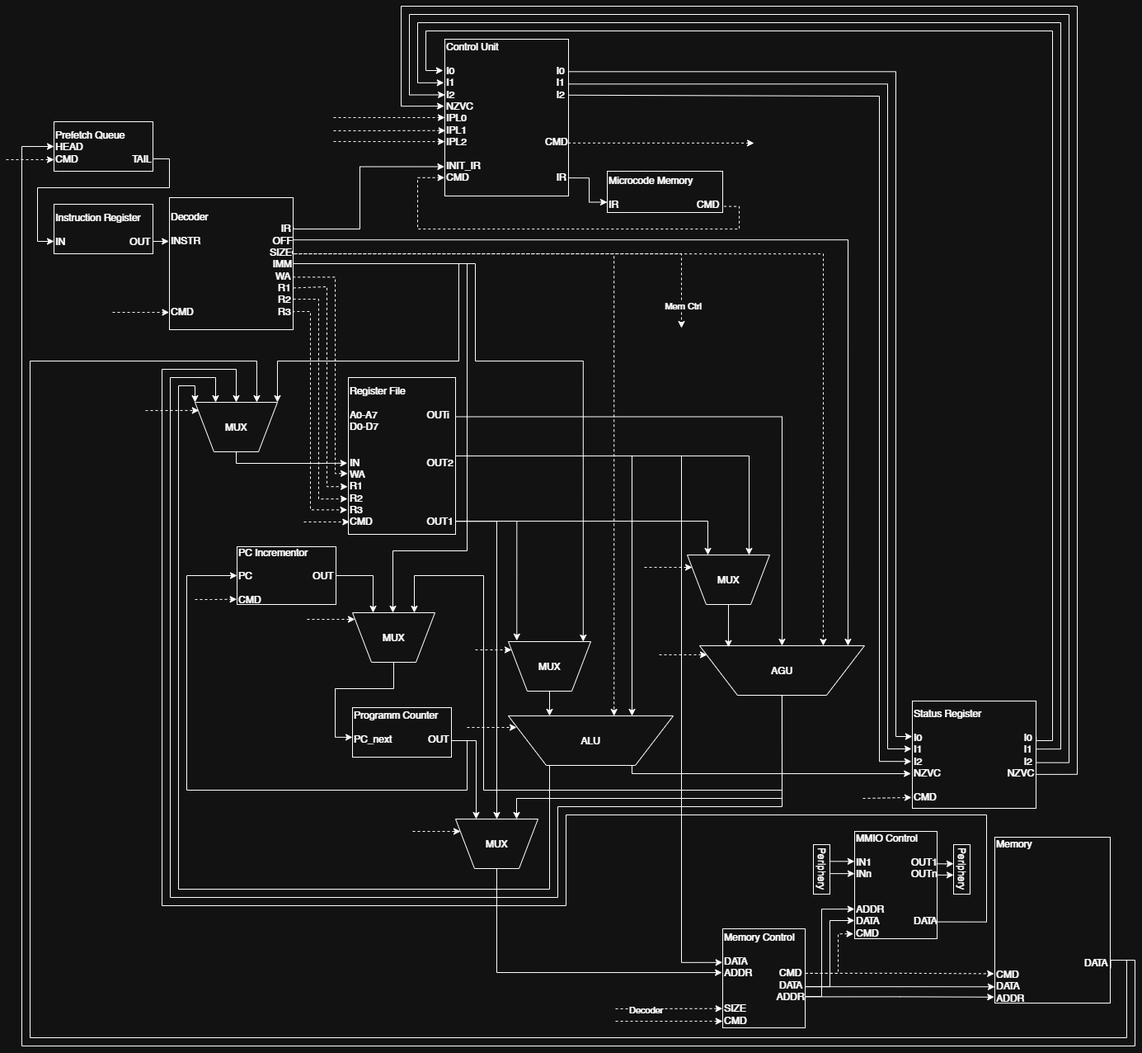
Before: scheme/llm68kscheme.drawio.png, a diagram exported from draw.io (tr-osfh/computer_architecture). Source tidied: cells renumbered, new cells last; positions are measured from the earlier drawing's top-left corner, leaving out a move shared by most shapes.
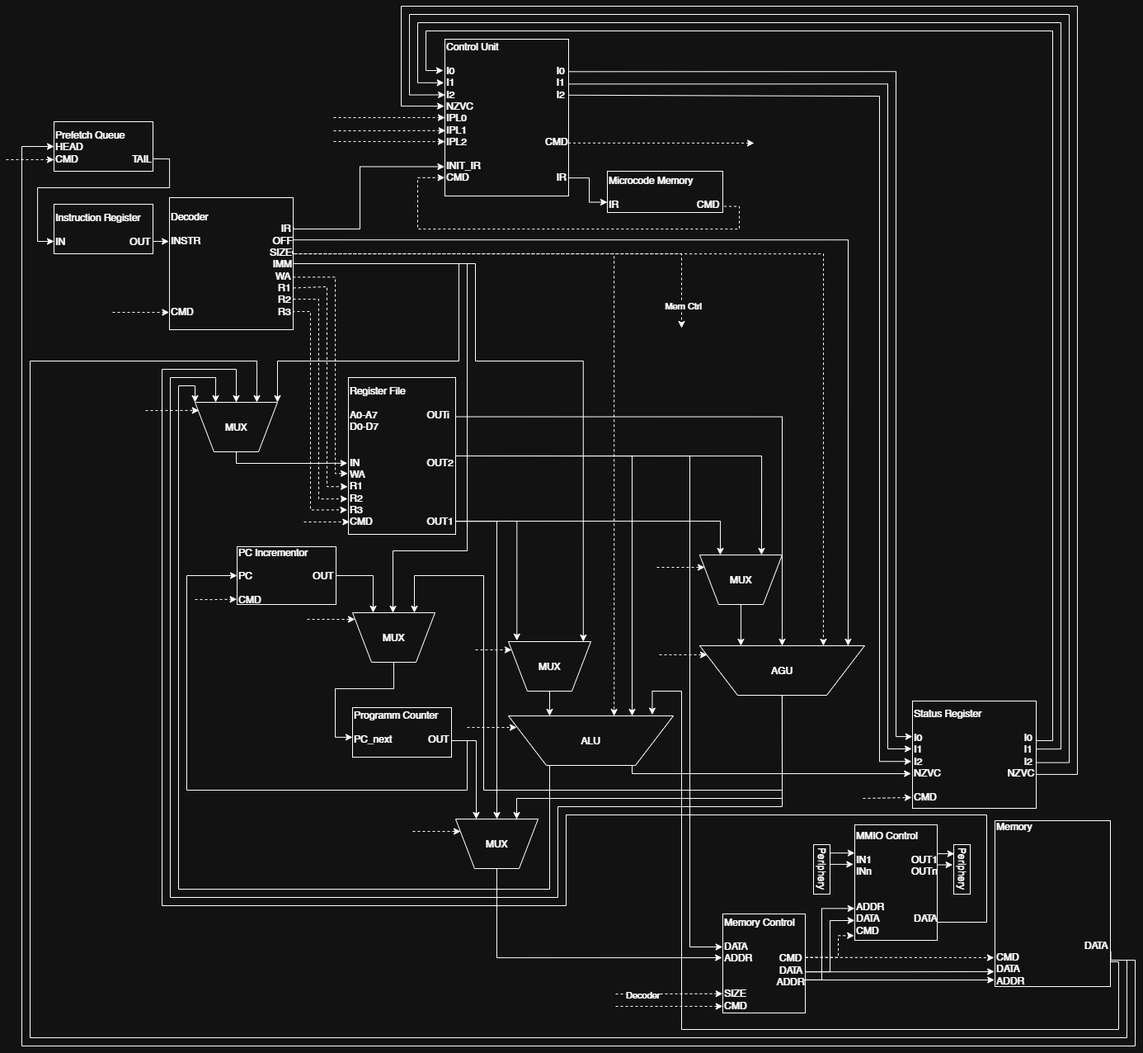
After the change.

Diff of the diagram source:
```diff
@@ -55,7 +55,7 @@
       </mxGeometry>
     </mxCell>
     <mxCell id="12" value="&lt;div&gt;&lt;span style=&quot;background-color: transparent; color: light-dark(rgb(0, 0, 0), rgb(255, 255, 255));&quot;&gt;Memory&lt;/span&gt;&lt;/div&gt;&lt;div&gt;&lt;br&gt;&lt;/div&gt;&lt;div&gt;&lt;br&gt;&lt;/div&gt;&lt;div&gt;&lt;br&gt;&lt;/div&gt;&lt;div&gt;&lt;br&gt;&lt;/div&gt;&lt;div&gt;&lt;br&gt;&lt;/div&gt;&lt;div&gt;&lt;br&gt;&lt;/div&gt;&lt;div&gt;&lt;br&gt;&lt;/div&gt;&lt;div&gt;&lt;br&gt;&lt;/div&gt;&lt;div&gt;&lt;br&gt;&lt;/div&gt;&lt;div&gt;&amp;nbsp; &amp;nbsp; &amp;nbsp; &amp;nbsp; &amp;nbsp; &amp;nbsp; &amp;nbsp; &amp;nbsp; &amp;nbsp; &amp;nbsp; &amp;nbsp; &amp;nbsp; &lt;span style=&quot;white-space: pre;&quot;&gt;&#9;&lt;/span&gt;DATA&lt;/div&gt;&lt;div&gt;CMD&lt;br&gt;DATA&lt;br&gt;&lt;/div&gt;&lt;div&gt;ADDR&lt;/div&gt;" style="rounded=0;whiteSpace=wrap;html=1;align=left;" parent="1" vertex="1">
-      <mxGeometry x="1199" y="1007" width="140" height="201" as="geometry" />
+      <mxGeometry x="1199" y="987" width="140" height="201" as="geometry" />
     </mxCell>
     <mxCell id="13" style="edgeStyle=orthogonalEdgeStyle;rounded=0;jettySize=auto;html=1;exitX=1;exitY=0.5;exitDx=0;exitDy=0;entryX=0.25;entryY=1;entryDx=0;entryDy=0;" parent="1" edge="1" source="15" target="17">
       <mxGeometry relative="1" as="geometry">
@@ -80,7 +80,7 @@
       <mxGeometry x="420" y="850" width="120" height="60" as="geometry" />
     </mxCell>
     <mxCell id="16" value="Memory Control&lt;br&gt;&lt;div&gt;&lt;br&gt;&lt;/div&gt;&lt;div&gt;DATA&lt;span style=&quot;white-space: pre;&quot;&gt;&#9;     &#9;&lt;/span&gt;&lt;/div&gt;&lt;div&gt;ADDR&lt;span style=&quot;white-space: pre;&quot;&gt;&#9;&lt;/span&gt;&amp;nbsp; &amp;nbsp; &lt;span style=&quot;white-space: pre; background-color: transparent; color: light-dark(rgb(0, 0, 0), rgb(255, 255, 255));&quot;&gt;CMD&lt;/span&gt;&lt;/div&gt;&lt;div&gt;&amp;nbsp; &amp;nbsp; &amp;nbsp; &amp;nbsp;&lt;span style=&quot;white-space: pre;&quot;&gt;&#9;&lt;/span&gt;&lt;span style=&quot;background-color: transparent; color: light-dark(rgb(0, 0, 0), rgb(255, 255, 255)); white-space: pre;&quot;&gt;&#9;&lt;/span&gt;&amp;nbsp; &amp;nbsp;&amp;nbsp;DATA&lt;/div&gt;&lt;div&gt;&lt;span style=&quot;white-space: pre;&quot;&gt;&#9;&lt;/span&gt;&lt;span style=&quot;white-space: pre;&quot;&gt;&#9;&lt;/span&gt;&amp;nbsp; &amp;nbsp;ADDR&lt;br&gt;&lt;/div&gt;&lt;div&gt;SIZE&lt;/div&gt;&lt;div&gt;CMD&lt;/div&gt;" style="rounded=0;whiteSpace=wrap;html=1;align=left;" parent="1" vertex="1">
-      <mxGeometry x="869" y="1118" width="100" height="120" as="geometry" />
+      <mxGeometry x="869" y="1100" width="100" height="120" as="geometry" />
     </mxCell>
     <mxCell id="17" value="MUX" style="verticalLabelPosition=middle;verticalAlign=middle;html=1;shape=trapezoid;perimeter=trapezoidPerimeter;whiteSpace=wrap;size=0.23;arcSize=10;flipV=1;labelPosition=center;align=center;legacyAnchorPoints=0;rotation=0;" parent="1" vertex="1">
       <mxGeometry x="545" y="985" width="100" height="60" as="geometry" />
@@ -134,8 +134,9 @@
     <mxCell id="27" style="edgeStyle=orthogonalEdgeStyle;rounded=0;jettySize=auto;html=1;exitX=1;exitY=0.5;exitDx=0;exitDy=0;entryX=-0.003;entryY=0.34;entryDx=0;entryDy=0;entryPerimeter=0;" parent="1" edge="1" source="3" target="16">
       <mxGeometry relative="1" as="geometry">
         <Array as="points">
-          <mxPoint x="819" y="545" />
-          <mxPoint x="819" y="1159" />
+          <mxPoint x="829" y="545" />
+          <mxPoint x="829" y="1140" />
+          <mxPoint x="869" y="1140" />
         </Array>
       </mxGeometry>
     </mxCell>
@@ -145,7 +146,7 @@
     <mxCell id="29" style="edgeStyle=orthogonalEdgeStyle;rounded=0;jettySize=auto;html=1;exitX=1.002;exitY=0.916;exitDx=0;exitDy=0;exitPerimeter=0;entryX=0.25;entryY=1;entryDx=0;entryDy=0;" parent="1" edge="1" source="3" target="82">
       <mxGeometry relative="1" as="geometry">
         <Array as="points">
-          <mxPoint x="851" y="624" />
+          <mxPoint x="866" y="624" />
         </Array>
       </mxGeometry>
     </mxCell>
@@ -222,15 +223,12 @@
     <mxCell id="40" style="edgeStyle=orthogonalEdgeStyle;rounded=0;jettySize=auto;html=1;exitX=0.5;exitY=0;exitDx=0;exitDy=0;entryX=-0.009;entryY=0.442;entryDx=0;entryDy=0;entryPerimeter=0;" parent="1" edge="1" source="17" target="16">
       <mxGeometry relative="1" as="geometry" />
     </mxCell>
-    <mxCell id="41" style="edgeStyle=orthogonalEdgeStyle;rounded=0;jettySize=auto;html=1;exitX=1.003;exitY=0.449;exitDx=0;exitDy=0;exitPerimeter=0;dashed=1;entryX=-0.006;entryY=0.823;entryDx=0;entryDy=0;entryPerimeter=0;" parent="1" edge="1" source="16" target="12">
-      <mxGeometry relative="1" as="geometry">
-        <Array as="points">
-          <mxPoint x="1084" y="1172" />
-        </Array>
-      </mxGeometry>
-    </mxCell>
-    <mxCell id="42" style="edgeStyle=orthogonalEdgeStyle;rounded=0;jettySize=auto;html=1;exitX=1.003;exitY=0.585;exitDx=0;exitDy=0;exitPerimeter=0;entryX=0;entryY=0.902;entryDx=0;entryDy=0;entryPerimeter=0;" parent="1" edge="1" source="16" target="12">
-      <mxGeometry relative="1" as="geometry" />
+    <mxCell id="42" style="edgeStyle=orthogonalEdgeStyle;rounded=0;jettySize=auto;html=1;exitX=1.003;exitY=0.585;exitDx=0;exitDy=0;exitPerimeter=0;entryX=-0.006;entryY=0.91;entryDx=0;entryDy=0;entryPerimeter=0;" parent="1" edge="1" source="16" target="12">
+      <mxGeometry relative="1" as="geometry">
+        <Array as="points">
+          <mxPoint x="1084" y="1170" />
+        </Array>
+      </mxGeometry>
     </mxCell>
     <mxCell id="43" style="edgeStyle=orthogonalEdgeStyle;rounded=0;jettySize=auto;html=1;entryX=0;entryY=0.5;entryDx=0;entryDy=0;exitX=1.002;exitY=0.788;exitDx=0;exitDy=0;exitPerimeter=0;" parent="1" edge="1" source="12" target="77">
       <mxGeometry relative="1" as="geometry">
@@ -407,9 +405,9 @@
     </mxCell>
     <mxCell id="62" style="edgeStyle=orthogonalEdgeStyle;rounded=0;jettySize=auto;html=1;entryX=-0.002;entryY=0.933;entryDx=0;entryDy=0;entryPerimeter=0;dashed=1;" parent="1" edge="1" target="16">
       <mxGeometry relative="1" as="geometry">
-        <mxPoint x="739" y="1230" as="sourcePoint" />
+        <mxPoint x="739" y="1212" as="sourcePoint" />
         <Array as="points">
-          <mxPoint x="799" y="1230" />
+          <mxPoint x="739" y="1212" />
         </Array>
       </mxGeometry>
     </mxCell>
@@ -462,15 +460,16 @@
     </mxCell>
     <mxCell id="69" style="edgeStyle=orthogonalEdgeStyle;rounded=0;jettySize=auto;html=1;entryX=-0.003;entryY=0.806;entryDx=0;entryDy=0;entryPerimeter=0;dashed=1;fontStyle=1;" parent="1" edge="1" target="16">
       <mxGeometry relative="1" as="geometry">
-        <mxPoint x="739" y="1215" as="sourcePoint" />
+        <mxPoint x="739" y="1197" as="sourcePoint" />
         <Array as="points">
-          <mxPoint x="739" y="1215" />
-          <mxPoint x="775" y="1215" />
+          <mxPoint x="739" y="1197" />
         </Array>
       </mxGeometry>
     </mxCell>
     <mxCell id="70" value="Decoder" style="edgeLabel;html=1;align=center;verticalAlign=middle;" parent="69" vertex="1">
-      <mxGeometry x="-0.42" relative="1" as="geometry" />
+      <mxGeometry x="-0.42" relative="1" as="geometry">
+        <mxPoint x="-5" as="offset" />
+      </mxGeometry>
     </mxCell>
     <mxCell id="71" style="edgeStyle=orthogonalEdgeStyle;rounded=0;orthogonalLoop=1;jettySize=auto;html=1;entryX=-0.002;entryY=0.933;entryDx=0;entryDy=0;entryPerimeter=0;dashed=1;" parent="1" edge="1">
       <mxGeometry relative="1" as="geometry">
@@ -535,9 +534,9 @@
       <mxGeometry relative="1" as="geometry" />
     </mxCell>
     <mxCell id="82" value="MUX" style="verticalLabelPosition=middle;verticalAlign=middle;html=1;shape=trapezoid;perimeter=trapezoidPerimeter;whiteSpace=wrap;size=0.23;arcSize=10;flipV=1;labelPosition=center;align=center;legacyAnchorPoints=0;rotation=0;" parent="1" vertex="1">
-      <mxGeometry x="826" y="665" width="100" height="60" as="geometry" />
+      <mxGeometry x="841" y="665" width="100" height="60" as="geometry" />
     </mxCell>
-    <mxCell id="83" style="edgeStyle=orthogonalEdgeStyle;rounded=0;jettySize=auto;html=1;exitX=0.5;exitY=0;exitDx=0;exitDy=0;entryX=0.175;entryY=0.97;entryDx=0;entryDy=0;entryPerimeter=0;" parent="1" edge="1" source="82" target="8">
+    <mxCell id="83" style="edgeStyle=orthogonalEdgeStyle;rounded=0;jettySize=auto;html=1;exitX=0.5;exitY=0;exitDx=0;exitDy=0;entryX=0.25;entryY=1;entryDx=0;entryDy=0;" parent="1" edge="1" source="82" target="8">
       <mxGeometry relative="1" as="geometry" />
     </mxCell>
     <mxCell id="84" style="edgeStyle=orthogonalEdgeStyle;rounded=0;orthogonalLoop=1;jettySize=auto;html=1;exitX=0.993;exitY=0.406;exitDx=0;exitDy=0;dashed=1;exitPerimeter=0;" parent="1" edge="1">
@@ -554,53 +553,47 @@
       <mxGeometry x="0.9" y="1" relative="1" as="geometry" />
     </mxCell>
     <mxCell id="86" value="MMIO Control&lt;br&gt;&lt;div&gt;&lt;br&gt;&lt;/div&gt;&lt;div&gt;&lt;span style=&quot;white-space: pre;&quot;&gt;IN1&lt;span style=&quot;white-space: pre;&quot;&gt;&#9;&lt;/span&gt;&#9;    OUT&lt;/span&gt;1&lt;/div&gt;&lt;div&gt;&lt;span style=&quot;white-space: pre;&quot;&gt;INn&lt;span style=&quot;white-space: pre;&quot;&gt;&#9;&lt;/span&gt;&lt;span style=&quot;white-space: pre;&quot;&gt;&#9;&lt;/span&gt;    OUTn&lt;/span&gt;&lt;/div&gt;&lt;div&gt;&lt;span style=&quot;background-color: transparent; color: light-dark(rgb(0, 0, 0), rgb(255, 255, 255));&quot;&gt;&lt;span style=&quot;white-space: pre;&quot;&gt;&#9;&lt;/span&gt;&lt;span style=&quot;white-space: pre;&quot;&gt;&#9;&lt;/span&gt;&lt;span style=&quot;white-space: pre;&quot;&gt;&#9;&lt;/span&gt;&amp;nbsp; &amp;nbsp; &amp;nbsp; &amp;nbsp;&lt;/span&gt;&lt;span style=&quot;background-color: transparent; color: light-dark(rgb(0, 0, 0), rgb(255, 255, 255)); white-space: pre;&quot;&gt;&#9;&lt;/span&gt;&lt;span style=&quot;background-color: transparent; color: light-dark(rgb(0, 0, 0), rgb(255, 255, 255)); white-space: pre;&quot;&gt;&#9;&lt;/span&gt;&lt;span style=&quot;background-color: transparent; color: light-dark(rgb(0, 0, 0), rgb(255, 255, 255));&quot;&gt;&amp;nbsp; &amp;nbsp;&amp;nbsp;&lt;/span&gt;&lt;/div&gt;&lt;div&gt;ADDR&lt;/div&gt;&lt;div&gt;&lt;span style=&quot;background-color: transparent; color: light-dark(rgb(0, 0, 0), rgb(255, 255, 255));&quot;&gt;DATA&lt;/span&gt;&lt;span style=&quot;background-color: transparent; color: light-dark(rgb(0, 0, 0), rgb(255, 255, 255)); white-space: pre;&quot;&gt;&#9;&lt;/span&gt;&lt;span style=&quot;white-space: pre;&quot;&gt;&amp;nbsp;    &lt;/span&gt;DATA&lt;/div&gt;&lt;div&gt;CMD&lt;/div&gt;" style="rounded=0;whiteSpace=wrap;html=1;align=left;" parent="1" vertex="1">
-      <mxGeometry x="1029" y="1000" width="100" height="130" as="geometry" />
+      <mxGeometry x="1029" y="992" width="100" height="140" as="geometry" />
     </mxCell>
-    <mxCell id="87" style="edgeStyle=orthogonalEdgeStyle;rounded=0;jettySize=auto;html=1;exitX=1;exitY=0.45;exitDx=0;exitDy=0;exitPerimeter=0;entryX=-0.015;entryY=0.955;entryDx=0;entryDy=0;entryPerimeter=0;dashed=1;" parent="1" edge="1" source="16" target="86">
+    <mxCell id="87" style="edgeStyle=orthogonalEdgeStyle;rounded=0;jettySize=auto;html=1;dashed=1;entryX=-0.008;entryY=0.959;entryDx=0;entryDy=0;entryPerimeter=0;exitX=1.002;exitY=0.439;exitDx=0;exitDy=0;exitPerimeter=0;" parent="1" edge="1" source="16" target="86">
       <mxGeometry relative="1" as="geometry">
         <Array as="points">
-          <mxPoint x="1009" y="1172" />
-          <mxPoint x="1009" y="1124" />
+          <mxPoint x="1009" y="1153" />
+          <mxPoint x="1009" y="1126" />
         </Array>
       </mxGeometry>
     </mxCell>
     <mxCell id="88" style="edgeStyle=orthogonalEdgeStyle;rounded=0;jettySize=auto;html=1;exitX=0.999;exitY=0.584;exitDx=0;exitDy=0;exitPerimeter=0;entryX=-0.002;entryY=0.834;entryDx=0;entryDy=0;entryPerimeter=0;" parent="1" edge="1" source="16" target="86">
       <mxGeometry relative="1" as="geometry">
         <Array as="points">
-          <mxPoint x="999" y="1188" />
+          <mxPoint x="999" y="1170" />
           <mxPoint x="999" y="1108" />
           <mxPoint x="1029" y="1108" />
         </Array>
       </mxGeometry>
     </mxCell>
-    <mxCell id="89" style="edgeStyle=orthogonalEdgeStyle;rounded=0;jettySize=auto;html=1;entryX=0;entryY=0.395;entryDx=0;entryDy=0;entryPerimeter=0;exitX=0.998;exitY=0.585;exitDx=0;exitDy=0;exitPerimeter=0;" parent="1" edge="1" source="90" target="86">
-      <mxGeometry relative="1" as="geometry" />
+    <mxCell id="89" style="edgeStyle=orthogonalEdgeStyle;rounded=0;jettySize=auto;html=1;exitX=0.998;exitY=0.585;exitDx=0;exitDy=0;exitPerimeter=0;entryX=-0.017;entryY=0.342;entryDx=0;entryDy=0;entryPerimeter=0;" parent="1" edge="1" source="90" target="86">
+      <mxGeometry relative="1" as="geometry">
+        <Array as="points">
+          <mxPoint x="999" y="1040" />
+        </Array>
+      </mxGeometry>
     </mxCell>
     <mxCell id="90" value="Periphery" style="rounded=0;whiteSpace=wrap;html=1;textDirection=vertical-lr;" parent="1" vertex="1">
       <mxGeometry x="979" y="1016" width="20" height="60" as="geometry" />
     </mxCell>
-    <mxCell id="91" style="edgeStyle=orthogonalEdgeStyle;rounded=0;jettySize=auto;html=1;exitX=1.009;exitY=0.338;exitDx=0;exitDy=0;exitPerimeter=0;entryX=-0.001;entryY=0.28;entryDx=0;entryDy=0;entryPerimeter=0;" parent="1" edge="1" source="90" target="86">
+    <mxCell id="91" style="edgeStyle=orthogonalEdgeStyle;rounded=0;orthogonalLoop=1;jettySize=auto;html=1;exitX=1.009;exitY=0.338;exitDx=0;exitDy=0;exitPerimeter=0;entryX=-0.001;entryY=0.28;entryDx=0;entryDy=0;entryPerimeter=0;" parent="1" edge="1">
       <mxGeometry relative="1" as="geometry">
+        <mxPoint x="999.2" y="1031.3" as="sourcePoint" />
+        <mxPoint x="1028.9" y="1026.2" as="targetPoint" />
         <Array as="points">
-          <mxPoint x="1029" y="1036" />
+          <mxPoint x="999" y="1026" />
         </Array>
       </mxGeometry>
     </mxCell>
     <mxCell id="92" value="Periphery" style="rounded=0;whiteSpace=wrap;html=1;textDirection=vertical-lr;" parent="1" vertex="1">
       <mxGeometry x="1149" y="1016" width="20" height="60" as="geometry" />
     </mxCell>
-    <mxCell id="93" style="edgeStyle=orthogonalEdgeStyle;rounded=0;jettySize=auto;html=1;entryX=0;entryY=0.393;entryDx=0;entryDy=0;entryPerimeter=0;exitX=0.997;exitY=0.406;exitDx=0;exitDy=0;exitPerimeter=0;" parent="1" edge="1" source="86">
-      <mxGeometry relative="1" as="geometry">
-        <mxPoint x="1149" y="1052.9" as="targetPoint" />
-      </mxGeometry>
-    </mxCell>
-    <mxCell id="94" style="edgeStyle=orthogonalEdgeStyle;rounded=0;jettySize=auto;html=1;entryX=-0.002;entryY=0.386;entryDx=0;entryDy=0;entryPerimeter=0;exitX=0.992;exitY=0.302;exitDx=0;exitDy=0;exitPerimeter=0;" parent="1" edge="1" source="86" target="92">
-      <mxGeometry relative="1" as="geometry">
-        <Array as="points">
-          <mxPoint x="1139" y="1039" />
-        </Array>
-      </mxGeometry>
-    </mxCell>
     <mxCell id="95" style="edgeStyle=orthogonalEdgeStyle;rounded=0;jettySize=auto;html=1;exitX=1;exitY=0.843;exitDx=0;exitDy=0;exitPerimeter=0;entryX=0.5;entryY=1;entryDx=0;entryDy=0;" parent="1" edge="1" source="86" target="10">
       <mxGeometry relative="1" as="geometry">
         <Array as="points">
@@ -616,25 +609,62 @@
     </mxCell>
     <mxCell id="96" style="edgeStyle=orthogonalEdgeStyle;rounded=0;orthogonalLoop=1;jettySize=auto;html=1;entryX=-0.002;entryY=0.933;entryDx=0;entryDy=0;entryPerimeter=0;dashed=1;" parent="1" edge="1">
       <mxGeometry relative="1" as="geometry">
-        <mxPoint x="774" y="680" as="sourcePoint" />
-        <mxPoint x="832" y="680" as="targetPoint" />
+        <mxPoint x="789" y="680" as="sourcePoint" />
+        <mxPoint x="847" y="680" as="targetPoint" />
       </mxGeometry>
     </mxCell>
     <mxCell id="97" style="edgeStyle=orthogonalEdgeStyle;rounded=0;jettySize=auto;html=1;exitX=0.996;exitY=0.687;exitDx=0;exitDy=0;exitPerimeter=0;entryX=-0.005;entryY=0.964;entryDx=0;entryDy=0;entryPerimeter=0;" parent="1" edge="1" source="16" target="12">
       <mxGeometry relative="1" as="geometry">
         <Array as="points">
-          <mxPoint x="1084" y="1200" />
+          <mxPoint x="969" y="1180" />
+          <mxPoint x="1198" y="1180" />
         </Array>
       </mxGeometry>
     </mxCell>
-    <mxCell id="98" style="edgeStyle=orthogonalEdgeStyle;rounded=0;jettySize=auto;html=1;entryX=-0.002;entryY=0.724;entryDx=0;entryDy=0;entryPerimeter=0;" parent="1" edge="1" target="86">
+    <mxCell id="98" style="edgeStyle=orthogonalEdgeStyle;rounded=0;jettySize=auto;html=1;entryX=-0.002;entryY=0.724;entryDx=0;entryDy=0;entryPerimeter=0;exitX=1.001;exitY=0.665;exitDx=0;exitDy=0;exitPerimeter=0;" parent="1" edge="1" source="16" target="86">
       <mxGeometry relative="1" as="geometry">
-        <mxPoint x="969" y="1200" as="sourcePoint" />
         <Array as="points">
-          <mxPoint x="989" y="1200" />
-          <mxPoint x="989" y="1094" />
+          <mxPoint x="989" y="1180" />
+          <mxPoint x="989" y="1093" />
         </Array>
       </mxGeometry>
     </mxCell>
+    <mxCell id="99" style="edgeStyle=orthogonalEdgeStyle;rounded=0;jettySize=auto;html=1;exitX=1.009;exitY=0.338;exitDx=0;exitDy=0;exitPerimeter=0;entryX=0.036;entryY=0.196;entryDx=0;entryDy=0;entryPerimeter=0;" parent="1" edge="1" target="92">
+      <mxGeometry relative="1" as="geometry">
+        <mxPoint x="1129" y="1032.1" as="sourcePoint" />
+        <Array as="points">
+          <mxPoint x="1129" y="1027" />
+          <mxPoint x="1150" y="1027" />
+        </Array>
+      </mxGeometry>
+    </mxCell>
+    <mxCell id="100" style="edgeStyle=orthogonalEdgeStyle;rounded=0;jettySize=auto;html=1;exitX=1.009;exitY=0.338;exitDx=0;exitDy=0;exitPerimeter=0;entryX=-0.07;entryY=0.408;entryDx=0;entryDy=0;entryPerimeter=0;" parent="1" edge="1" target="92">
+      <mxGeometry relative="1" as="geometry">
+        <mxPoint x="1129" y="1055.1" as="sourcePoint" />
+        <Array as="points">
+          <mxPoint x="1129" y="1041" />
+        </Array>
+      </mxGeometry>
+    </mxCell>
+    <mxCell id="101" style="edgeStyle=orthogonalEdgeStyle;rounded=0;jettySize=auto;html=1;exitX=1;exitY=0.75;exitDx=0;exitDy=0;entryX=0.872;entryY=1.023;entryDx=0;entryDy=0;entryPerimeter=0;" parent="1" edge="1" source="12" target="2">
+      <mxGeometry relative="1" as="geometry">
+        <Array as="points">
+          <mxPoint x="1339" y="1158" />
+          <mxPoint x="1349" y="1158" />
+          <mxPoint x="1349" y="1240" />
+          <mxPoint x="819" y="1240" />
+          <mxPoint x="819" y="830" />
+          <mxPoint x="783" y="830" />
+        </Array>
+      </mxGeometry>
+    </mxCell>
+    <mxCell id="41" style="edgeStyle=orthogonalEdgeStyle;rounded=0;jettySize=auto;html=1;dashed=1;entryX=-0.008;entryY=0.826;entryDx=0;entryDy=0;entryPerimeter=0;exitX=1.003;exitY=0.44;exitDx=0;exitDy=0;exitPerimeter=0;" parent="1" edge="1" source="16" target="12">
+      <mxGeometry relative="1" as="geometry">
+        <Array as="points">
+          <mxPoint x="1049" y="1153" />
+          <mxPoint x="1198" y="1153" />
+        </Array>
+      </mxGeometry>
+    </mxCell>
   </root>
 </mxGraphModel>
```
